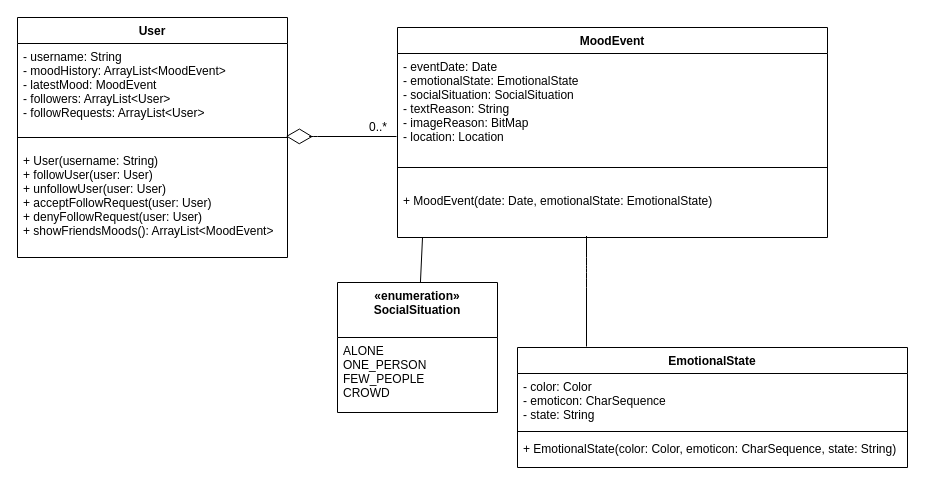
Earlier version of the draw.io diagram uml_diagram/diagram.drawio (CMPUT301F19T25/0.8XEng). Source tidied: cells renumbered, new cells numbered last; positions are measured from the earlier drawing's top-left corner, leaving out a move shared by most shapes. Both pictures are drawn from the tidied source at 100%, with x=0, y=0 at pixel (17, 17).
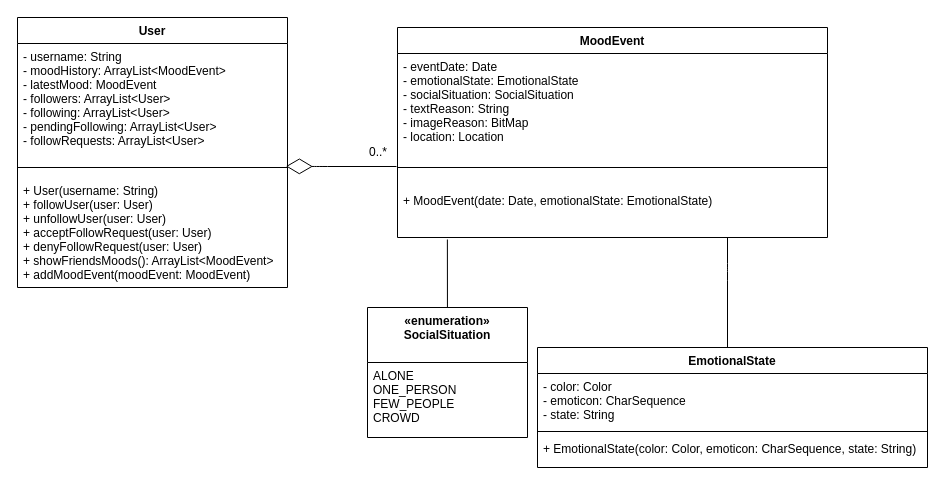
Above is the later version.

Commit message:
updated UML diagram

The change refers to these unchanged cells:
```xml
<mxCell id="5" value="+ MoodEvent(date: Date, emotionalState: EmotionalState)" style="text;strokeColor=none;fillColor=none;align=left;verticalAlign=top;spacingLeft=4;spacingRight=4;overflow=hidden;points=[[0,0.5],[1,0.5]];portConstraint=eastwest;" parent="2" vertex="1">
  <mxGeometry y="160" width="430" height="50" as="geometry" />
</mxCell>
```

What changed in the source:
```diff
@@
     <mxCell id="6" value="EmotionalState" style="swimlane;fontStyle=1;align=center;verticalAlign=top;horizontal=1;startSize=26;" parent="1" vertex="1">
-      <mxGeometry x="500" y="330" width="390" height="120" as="geometry" />
+      <mxGeometry x="520" y="330" width="390" height="120" as="geometry" />
     </mxCell>
@@
     <mxCell id="10" value="User" style="swimlane;fontStyle=1;align=center;verticalAlign=top;horizontal=1;startSize=26;" parent="1" vertex="1">
-      <mxGeometry width="270" height="240" as="geometry" />
+      <mxGeometry width="270" height="270" as="geometry" />
     </mxCell>
-    <mxCell id="11" value="- username: String&#10;- moodHistory: ArrayList&lt;MoodEvent&gt;&#10;- latestMood: MoodEvent&#10;- followers: ArrayList&lt;User&gt;&#10;- followRequests: ArrayList&lt;User&gt;" style="text;strokeColor=none;fillColor=none;align=left;verticalAlign=top;spacingLeft=4;spacingRight=4;overflow=hidden;" parent="10" vertex="1">
-      <mxGeometry y="26" width="270" height="84" as="geometry" />
+    <mxCell id="11" value="- username: String&#10;- moodHistory: ArrayList&lt;MoodEvent&gt;&#10;- latestMood: MoodEvent&#10;- followers: ArrayList&lt;User&gt;&#10;- following: ArrayList&lt;User&gt;&#10;- pendingFollowing: ArrayList&lt;User&gt;&#10;- followRequests: ArrayList&lt;User&gt;" style="text;strokeColor=none;fillColor=none;align=left;verticalAlign=top;spacingLeft=4;spacingRight=4;overflow=hidden;" parent="10" vertex="1">
+      <mxGeometry y="26" width="270" height="114" as="geometry" />
     </mxCell>
     <mxCell id="12" style="line;strokeWidth=1;fillColor=none;align=left;verticalAlign=middle;spacingTop=-1;spacingLeft=3;spacingRight=3;labelPosition=right;points=[];portConstraint=eastwest;" parent="10" vertex="1">
-      <mxGeometry y="110" width="270" height="20" as="geometry" />
+      <mxGeometry y="140" width="270" height="20" as="geometry" />
     </mxCell>
-    <mxCell id="13" value="+ User(username: String)&#10;+ followUser(user: User)&#10;+ unfollowUser(user: User)&#10;+ acceptFollowRequest(user: User)&#10;+ denyFollowRequest(user: User)&#10;+ showFriendsMoods(): ArrayList&lt;MoodEvent&gt;" style="text;strokeColor=none;fillColor=none;align=left;verticalAlign=top;spacingLeft=4;spacingRight=4;overflow=hidden;" parent="10" vertex="1">
-      <mxGeometry y="130" width="270" height="110" as="geometry" />
+    <mxCell id="13" value="+ User(username: String)&#10;+ followUser(user: User)&#10;+ unfollowUser(user: User)&#10;+ acceptFollowRequest(user: User)&#10;+ denyFollowRequest(user: User)&#10;+ showFriendsMoods(): ArrayList&lt;MoodEvent&gt;&#10;+ addMoodEvent(moodEvent: MoodEvent)&#10;" style="text;strokeColor=none;fillColor=none;align=left;verticalAlign=top;spacingLeft=4;spacingRight=4;overflow=hidden;" parent="10" vertex="1">
+      <mxGeometry y="160" width="270" height="110" as="geometry" />
     </mxCell>
     <mxCell id="14" value="«enumeration»&#10;SocialSituation" style="swimlane;fontStyle=1;align=center;verticalAlign=top;horizontal=1;startSize=55;" parent="1" vertex="1">
-      <mxGeometry x="320" y="265" width="160" height="130" as="geometry" />
+      <mxGeometry x="350" y="290" width="160" height="130" as="geometry" />
     </mxCell>
@@
     <mxCell id="16" style="endArrow=diamondThin;endFill=0;endSize=24;html=1;entryX=0.994;entryY=0.438;entryDx=0;entryDy=0;entryPerimeter=0;" parent="1" edge="1" target="12">
       <mxGeometry relative="1" as="geometry">
-        <mxPoint x="379" y="119" as="sourcePoint" />
+        <mxPoint x="379" y="149" as="sourcePoint" />
         <Array as="points">
-          <mxPoint x="290" y="119" />
+          <mxPoint x="300" y="149" />
         </Array>
       </mxGeometry>
     </mxCell>
     <mxCell id="17" value="0..*" style="text;html=1;align=left;verticalAlign=top;spacingTop=-4;" parent="1" vertex="1">
-      <mxGeometry x="350" y="100" width="30" height="20" as="geometry" />
+      <mxGeometry x="350" y="125" width="30" height="20" as="geometry" />
     </mxCell>
     <mxCell id="18" style="endArrow=none;html=1;entryX=0.372;entryY=0.971;entryDx=0;entryDy=0;entryPerimeter=0;" parent="1" edge="1">
       <mxGeometry relative="1" as="geometry">
-        <mxPoint x="569" y="329" as="sourcePoint" />
-        <mxPoint x="569" y="218.5" as="targetPoint" />
+        <mxPoint x="710" y="330.5" as="sourcePoint" />
+        <mxPoint x="710" y="220" as="targetPoint" />
         <Array as="points">
-          <mxPoint x="569" y="260" />
-          <mxPoint x="569" y="250" />
+          <mxPoint x="710" y="261.5" />
+          <mxPoint x="710" y="251.5" />
         </Array>
       </mxGeometry>
     </mxCell>
-    <mxCell id="19" style="endArrow=none;html=1;" parent="1" edge="1" source="14">
-      <mxGeometry relative="1" as="geometry">
-        <mxPoint x="405" y="220" as="targetPoint" />
-      </mxGeometry>
-    </mxCell>
+    <mxCell id="20" style="endArrow=none;html=1;entryX=0.116;entryY=1.04;entryDx=0;entryDy=0;entryPerimeter=0;" parent="1" edge="1" source="14" target="5">
+      <mxGeometry relative="1" as="geometry" />
+    </mxCell>
```
